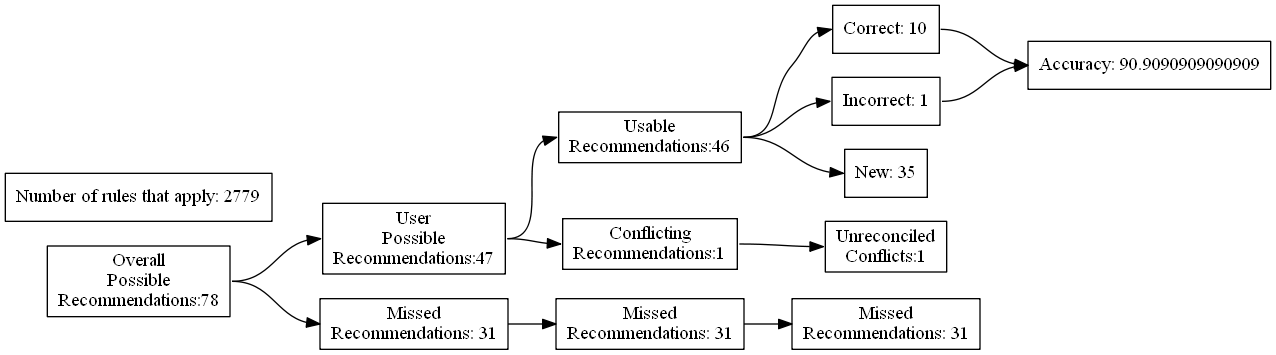
Before: test_renders/105.gv.png, a diagram exported from Graphviz (ZaxR/ibd_diet_analysis). Its source is kept beside it as test_renders/105.gv.
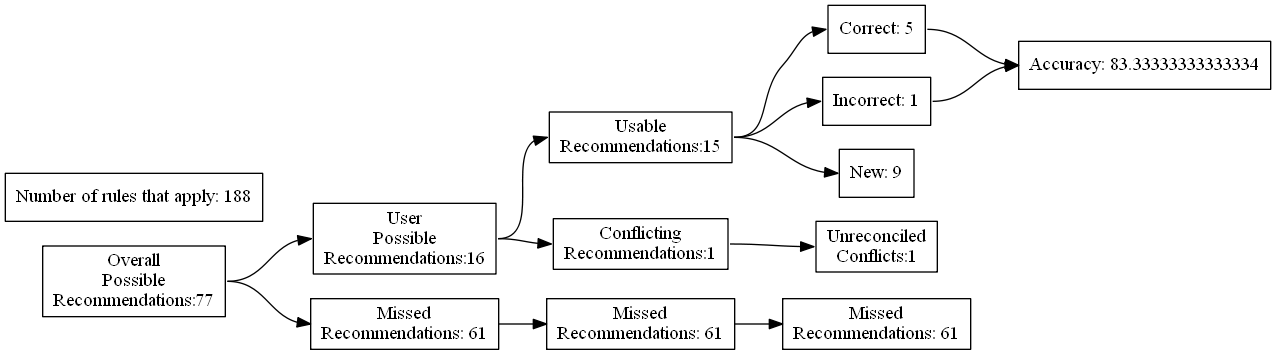
After the commit.

The edit, as a diff of the source:
```diff
@@ -4,27 +4,27 @@
 	edge [headport=w tailport=e]
 		A [label="Overall
 Possible
-Recommendations:78"]
+Recommendations:77"]
 		B [label="User
 Possible
-Recommendations:47"]
+Recommendations:16"]
 		C [label="Missed
-Recommendations: 31"]
+Recommendations: 61"]
 		D [label="Usable
-Recommendations:46"]
+Recommendations:15"]
 		E [label="Conflicting
 Recommendations:1"]
 		J [label="Missed
-Recommendations: 31"]
+Recommendations: 61"]
 		M [label="Unreconciled
 Conflicts:1"]
-		F [label="Correct: 10"]
+		F [label="Correct: 5"]
 		G [label="Incorrect: 1"]
-		H [label="New: 35"]
+		H [label="New: 9"]
 		K [label="Missed
-Recommendations: 31"]
-		I [label="Accuracy: 90.9090909090909"]
-		l [label="Number of rules that apply: 2779"]
+Recommendations: 61"]
+		I [label="Accuracy: 83.33333333333334"]
+		l [label="Number of rules that apply: 188"]
 			A -> B
 			A -> C
 			B -> D
```
